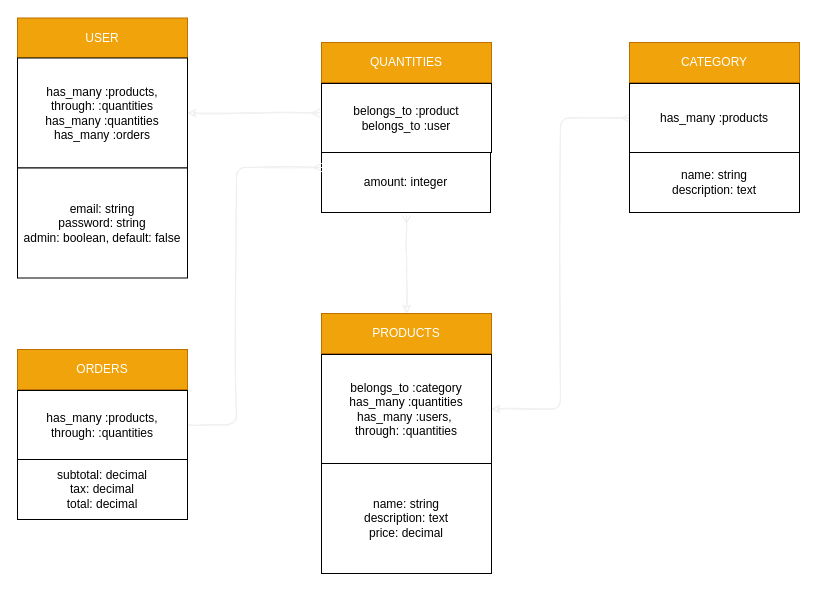
redebron20/mumshie-online-store keeps this draw.io diagram as store_table.drawio. Above is the earlier version. Source tidied: cells renumbered, new cells numbered last; positions are measured from the earlier drawing's top-left corner, leaving out a move shared by most shapes. Both pictures are drawn from the tidied source at 100%, with x=0, y=0 at pixel (17, 18).
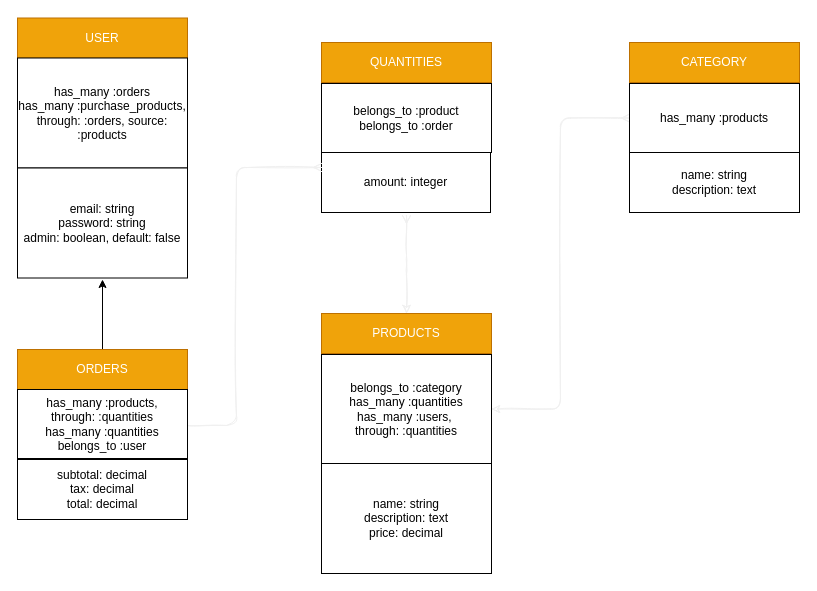
The same page after the edit.

Unchanged cells that the change refers to:
```xml
<mxCell id="18" value="ORDERS" style="whiteSpace=wrap;html=1;rounded=0;fillColor=#f0a30a;strokeColor=#BD7000;fontColor=#ffffff;" parent="1" vertex="1">
  <mxGeometry y="331" width="170" height="40" as="geometry" />
</mxCell>
```

The edit, as a diff of the source:
```diff
@@
-    <mxCell id="3" style="edgeStyle=orthogonalEdgeStyle;rounded=1;sketch=1;jumpSize=4;jettySize=auto;html=1;startArrow=classic;startFill=1;endArrow=ERmany;endFill=0;strokeColor=#f0f0f0;" parent="1" edge="1" source="4">
-      <mxGeometry relative="1" as="geometry">
-        <mxPoint x="302" y="94.5" as="targetPoint" />
-      </mxGeometry>
-    </mxCell>
-    <mxCell id="4" value="has_many :products, &lt;br&gt;through: :quantities&lt;br&gt;has_many :quantities&lt;br&gt;has_many :orders&lt;br&gt;" style="whiteSpace=wrap;html=1;rounded=0;" parent="1" vertex="1">
+    <mxCell id="4" value="has_many :orders&lt;br&gt;has_many :purchase_products, &lt;br&gt;through: :orders, source: :products&lt;br&gt;" style="whiteSpace=wrap;html=1;rounded=0;" parent="1" vertex="1">
       <mxGeometry y="39.5" width="170" height="110" as="geometry" />
     </mxCell>
@@
-    <mxCell id="16" value="belongs_to :product&lt;br&gt;belongs_to :user" style="whiteSpace=wrap;html=1;rounded=0;" parent="1" vertex="1">
+    <mxCell id="16" value="belongs_to :product&lt;br&gt;belongs_to :order" style="whiteSpace=wrap;html=1;rounded=0;" parent="1" vertex="1">
       <mxGeometry x="304" y="65" width="170" height="69" as="geometry" />
     </mxCell>
@@
+    <mxCell id="21" style="edgeStyle=orthogonalEdgeStyle;rounded=0;jettySize=auto;html=1;" parent="1" edge="1" source="18">
+      <mxGeometry relative="1" as="geometry">
+        <mxPoint x="85" y="261" as="targetPoint" />
+      </mxGeometry>
+    </mxCell>
@@
-    <mxCell id="20" value="has_many :products,&lt;br&gt;through: :quantities" style="whiteSpace=wrap;html=1;rounded=0;" parent="1" vertex="1">
-      <mxGeometry y="372" width="170" height="69" as="geometry" />
+    <mxCell id="20" value="has_many :products,&lt;br&gt;through: :quantities&lt;br&gt;has_many :quantities&lt;br&gt;belongs_to :user" style="whiteSpace=wrap;html=1;rounded=0;" parent="1" vertex="1">
+      <mxGeometry y="371" width="170" height="69" as="geometry" />
     </mxCell>
```
